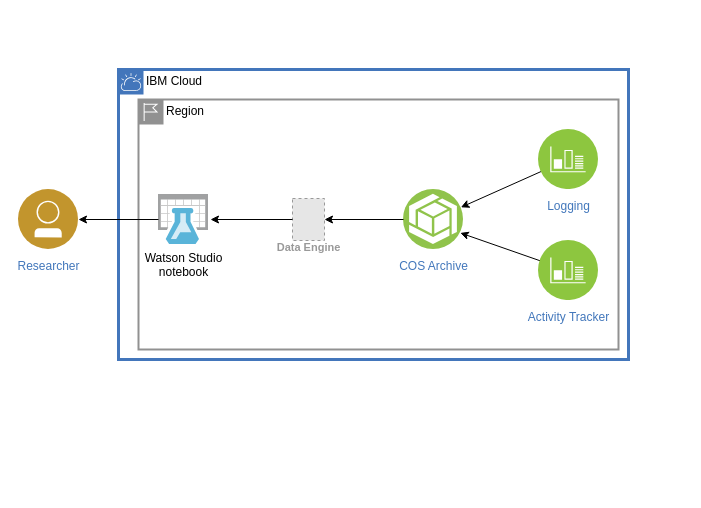
Before: drawio/log-archive.drawio in IBM-Cloud/log-archive-analysis, a draw.io diagram. Source tidied: cells renumbered, new cells numbered last; positions are measured from the earlier drawing's top-left corner, leaving out a move shared by most shapes. Both pictures are drawn from the tidied source at 100%, with x=0, y=0 at pixel (18, 69). Pictures stored in the file or linked from it are replaced by grey dashed boxes.
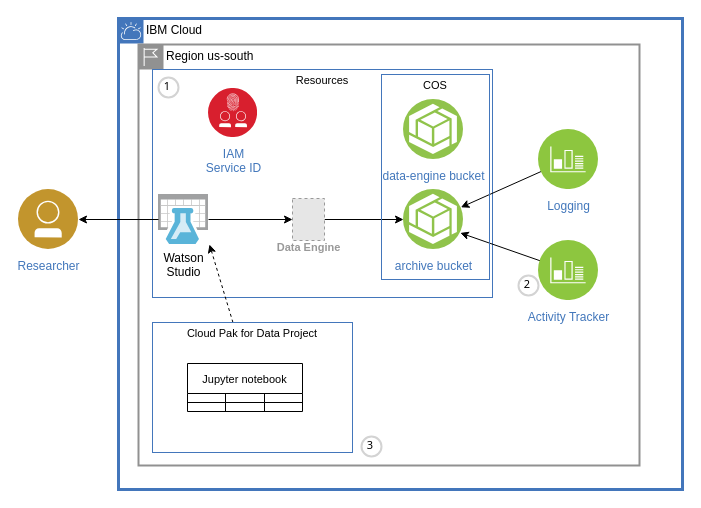
After the change.

Commit message (it also covers changes not shown here):
better drawing and notebook

The change refers to these unchanged cells:
```xml
<mxCell id="6" value="Data Engine" style="fillColor=#E6E6E6;strokeColor=#999999;dashed=1;html=1;verticalAlign=top;labelPosition=center;verticalLabelPosition=bottom;align=center;spacingTop=-6;fontSize=11;fontStyle=1;fontColor=#999999;" parent="1" vertex="1">
  <mxGeometry x="274" y="129" width="32" height="42" as="geometry" />
</mxCell>
```

What changed in the source:
```diff
@@
     <mxCell id="2" value="IBM Cloud" style="shape=mxgraph.ibm.box;prType=cloud;fontStyle=0;verticalAlign=top;align=left;spacingLeft=32;spacingTop=4;fillColor=none;rounded=0;whiteSpace=wrap;html=1;strokeColor=#4376BB;strokeWidth=3;dashed=0;spacing=-4;" parent="1" vertex="1">
-      <mxGeometry x="100" width="510" height="290" as="geometry" />
+      <mxGeometry x="100" y="-51" width="564" height="471" as="geometry" />
     </mxCell>
-    <mxCell id="3" value="Region" style="shape=mxgraph.ibm.box;prType=region;fontStyle=0;verticalAlign=top;align=left;spacingLeft=32;spacingTop=4;fillColor=none;rounded=0;whiteSpace=wrap;html=1;strokeColor=#919191;strokeWidth=2;dashed=0;spacing=-4;" parent="1" vertex="1">
-      <mxGeometry x="120" y="30" width="480" height="250" as="geometry" />
+    <mxCell id="3" value="Region us-south" style="shape=mxgraph.ibm.box;prType=region;fontStyle=0;verticalAlign=top;align=left;spacingLeft=32;spacingTop=4;fillColor=none;rounded=0;whiteSpace=wrap;html=1;strokeColor=#919191;strokeWidth=2;dashed=0;spacing=-4;" parent="1" vertex="1">
+      <mxGeometry x="120" y="-25" width="501" height="421" as="geometry" />
     </mxCell>
+    <mxCell id="15" value="Resources" style="fontStyle=0;verticalAlign=top;align=center;spacingTop=-2;fillColor=none;rounded=0;whiteSpace=wrap;html=1;strokeColor=#4376BB;strokeWidth=1;dashed=0;fontFamily=Helvetica;fontSize=11;fontColor=default;" parent="1" vertex="1">
+      <mxGeometry x="134" width="340" height="228" as="geometry" />
+    </mxCell>
-    <mxCell id="4" value="COS Archive" style="perimeter=ellipsePerimeter;html=1;align=center;shadow=0;dashed=0;fontColor=#4277BB;labelBackgroundColor=#ffffff;fontSize=12;spacingTop=3;image;image=img/lib/ibm/vpc/ObjectStorage.svg;" parent="1" vertex="1">
+    <mxCell id="4" value="archive bucket" style="perimeter=ellipsePerimeter;html=1;align=center;shadow=0;dashed=0;fontColor=#4277BB;labelBackgroundColor=#ffffff;fontSize=12;spacingTop=3;image;image=img/lib/ibm/vpc/ObjectStorage.svg;" parent="1" vertex="1">
       <mxGeometry x="385" y="120" width="60" height="60" as="geometry" />
     </mxCell>
+    <mxCell id="16" style="edgeStyle=none;shape=connector;rounded=0;jettySize=auto;html=1;entryX=0;entryY=0.5;entryDx=0;entryDy=0;labelBackgroundColor=default;fontFamily=Helvetica;fontSize=11;fontColor=default;endArrow=classic;strokeColor=default;" parent="1" edge="1" source="5" target="6">
+      <mxGeometry relative="1" as="geometry" />
+    </mxCell>
-    <mxCell id="5" value="Watson Studio&lt;br&gt;notebook" style="sketch=0;html=1;points=[];align=center;image;fontSize=12;image=img/lib/mscae/Machine_Learning_Studio_Workspaces.svg;" parent="1" vertex="1">
+    <mxCell id="5" value="Watson&lt;br&gt;Studio" style="sketch=0;html=1;points=[];align=center;image;fontSize=12;image=img/lib/mscae/Machine_Learning_Studio_Workspaces.svg;" parent="1" vertex="1">
       <mxGeometry x="140" y="125" width="50" height="50" as="geometry" />
     </mxCell>
+    <mxCell id="17" style="edgeStyle=none;shape=connector;rounded=0;jettySize=auto;html=1;entryX=0;entryY=0.5;entryDx=0;entryDy=0;labelBackgroundColor=default;fontFamily=Helvetica;fontSize=11;fontColor=default;endArrow=classic;strokeColor=default;" parent="1" edge="1" source="6" target="4">
+      <mxGeometry relative="1" as="geometry" />
+    </mxCell>
@@
-    <mxCell id="8" style="edgeStyle=orthogonalEdgeStyle;rounded=0;jettySize=auto;html=1;entryX=1;entryY=0.5;entryDx=0;entryDy=0;" parent="1" edge="1" source="4" target="6">
-      <mxGeometry relative="1" as="geometry" />
-    </mxCell>
@@
-    <mxCell id="10" style="edgeStyle=orthogonalEdgeStyle;rounded=0;jettySize=auto;html=1;entryX=1.04;entryY=0.5;entryDx=0;entryDy=0;entryPerimeter=0;" parent="1" edge="1" source="6" target="5">
-      <mxGeometry relative="1" as="geometry" />
-    </mxCell>
@@
+    <mxCell id="18" value="1" style="ellipse;whiteSpace=wrap;html=1;strokeWidth=2;fontFamily=Tahoma;spacingBottom=4;spacingRight=2;strokeColor=#d3d3d3;fontSize=11;fontColor=default;" parent="1" vertex="1">
+      <mxGeometry x="140" y="8" width="20" height="20" as="geometry" />
+    </mxCell>
+    <mxCell id="19" value="2" style="ellipse;whiteSpace=wrap;html=1;strokeWidth=2;fontFamily=Tahoma;spacingBottom=4;spacingRight=2;strokeColor=#d3d3d3;fontSize=11;fontColor=default;" parent="1" vertex="1">
+      <mxGeometry x="500" y="206" width="20" height="20" as="geometry" />
+    </mxCell>
+    <mxCell id="20" style="edgeStyle=none;shape=connector;rounded=0;jettySize=auto;html=1;entryX=1.02;entryY=1;entryDx=0;entryDy=0;entryPerimeter=0;labelBackgroundColor=default;fontFamily=Helvetica;fontSize=11;fontColor=default;endArrow=classic;strokeColor=default;dashed=1;" parent="1" edge="1" source="21" target="5">
+      <mxGeometry relative="1" as="geometry" />
+    </mxCell>
+    <mxCell id="21" value="Cloud Pak for Data Project" style="fontStyle=0;verticalAlign=top;align=center;spacingTop=-2;fillColor=none;rounded=0;whiteSpace=wrap;html=1;strokeColor=#4376BB;strokeWidth=1;dashed=0;fontFamily=Helvetica;fontSize=11;fontColor=default;" parent="1" vertex="1">
+      <mxGeometry x="134" y="253" width="200" height="130" as="geometry" />
+    </mxCell>
+    <mxCell id="22" value="Jupyter notebook" style="shape=table;startSize=30;childLayout=tableLayout;fontFamily=Helvetica;fontSize=11;fontColor=default;" parent="21" vertex="1">
+      <mxGeometry x="35" y="41" width="115" height="48" as="geometry" />
+    </mxCell>
+    <mxCell id="23" style="shape=tableRow;horizontal=0;startSize=0;swimlaneHead=0;swimlaneBody=0;top=0;left=0;bottom=0;right=0;fillColor=none;fontFamily=Helvetica;fontSize=11;fontColor=default;" parent="22" vertex="1">
+      <mxGeometry y="30" width="115" height="9" as="geometry" />
+    </mxCell>
+    <mxCell id="24" style="shape=partialRectangle;html=1;whiteSpace=wrap;overflow=hidden;fillColor=none;top=0;left=0;bottom=0;right=0;fontFamily=Helvetica;fontSize=11;fontColor=default;" parent="23" vertex="1">
+      <mxGeometry width="38" height="9" as="geometry" />
+    </mxCell>
+    <mxCell id="25" style="shape=partialRectangle;html=1;whiteSpace=wrap;overflow=hidden;fillColor=none;top=0;left=0;bottom=0;right=0;fontFamily=Helvetica;fontSize=11;fontColor=default;" parent="23" vertex="1">
+      <mxGeometry x="38" width="39" height="9" as="geometry" />
+    </mxCell>
+    <mxCell id="26" style="shape=partialRectangle;html=1;whiteSpace=wrap;overflow=hidden;fillColor=none;top=0;left=0;bottom=0;right=0;fontFamily=Helvetica;fontSize=11;fontColor=default;" parent="23" vertex="1">
+      <mxGeometry x="77" width="38" height="9" as="geometry" />
+    </mxCell>
+    <mxCell id="27" style="shape=tableRow;horizontal=0;startSize=0;swimlaneHead=0;swimlaneBody=0;top=0;left=0;bottom=0;right=0;fillColor=none;fontFamily=Helvetica;fontSize=11;fontColor=default;" parent="22" vertex="1">
+      <mxGeometry y="39" width="115" height="9" as="geometry" />
+    </mxCell>
+    <mxCell id="28" style="shape=partialRectangle;html=1;whiteSpace=wrap;overflow=hidden;fillColor=none;top=0;left=0;bottom=0;right=0;fontFamily=Helvetica;fontSize=11;fontColor=default;" parent="27" vertex="1">
+      <mxGeometry width="38" height="9" as="geometry" />
+    </mxCell>
+    <mxCell id="29" style="shape=partialRectangle;html=1;whiteSpace=wrap;overflow=hidden;fillColor=none;top=0;left=0;bottom=0;right=0;fontFamily=Helvetica;fontSize=11;fontColor=default;" parent="27" vertex="1">
+      <mxGeometry x="38" width="39" height="9" as="geometry" />
+    </mxCell>
+    <mxCell id="30" style="shape=partialRectangle;html=1;whiteSpace=wrap;overflow=hidden;fillColor=none;top=0;left=0;bottom=0;right=0;fontFamily=Helvetica;fontSize=11;fontColor=default;" parent="27" vertex="1">
+      <mxGeometry x="77" width="38" height="9" as="geometry" />
+    </mxCell>
+    <mxCell id="31" value="IAM&lt;br&gt;Service ID" style="perimeter=ellipsePerimeter;html=1;align=center;shadow=0;dashed=0;fontColor=#4277BB;labelBackgroundColor=#ffffff;fontSize=12;spacingTop=3;image;image=img/lib/ibm/security/identity_access_management.svg;fontFamily=Helvetica;" parent="1" vertex="1">
+      <mxGeometry x="190" y="19" width="49" height="49" as="geometry" />
+    </mxCell>
+    <mxCell id="32" value="3" style="ellipse;whiteSpace=wrap;html=1;strokeWidth=2;fontFamily=Tahoma;spacingBottom=4;spacingRight=2;strokeColor=#d3d3d3;fontSize=11;fontColor=default;" parent="1" vertex="1">
+      <mxGeometry x="343" y="367" width="20" height="20" as="geometry" />
+    </mxCell>
+    <mxCell id="33" value="data-engine bucket" style="perimeter=ellipsePerimeter;html=1;align=center;shadow=0;dashed=0;fontColor=#4277BB;labelBackgroundColor=#ffffff;fontSize=12;spacingTop=3;image;image=img/lib/ibm/vpc/ObjectStorage.svg;" parent="1" vertex="1">
+      <mxGeometry x="385" y="30" width="60" height="60" as="geometry" />
+    </mxCell>
+    <mxCell id="34" value="COS" style="fontStyle=0;verticalAlign=top;align=center;spacingTop=-2;fillColor=none;rounded=0;whiteSpace=wrap;html=1;strokeColor=#4376BB;strokeWidth=1;dashed=0;fontFamily=Helvetica;fontSize=11;fontColor=default;" parent="1" vertex="1">
+      <mxGeometry x="363" y="5" width="108" height="205" as="geometry" />
+    </mxCell>
```
